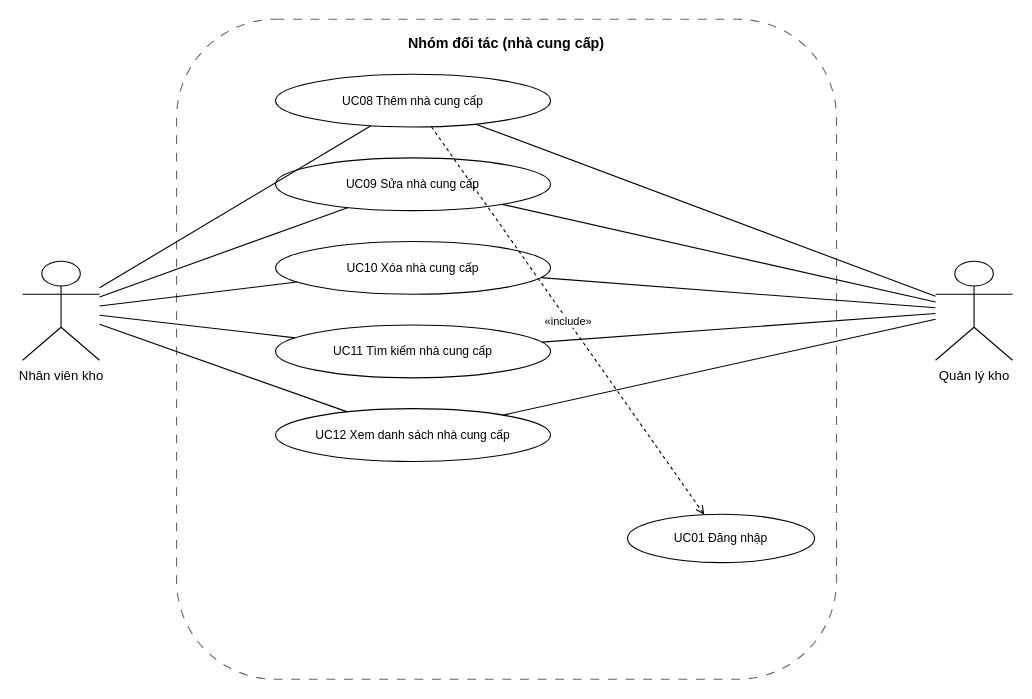
Earlier version of the draw.io diagram diagram/drawio/3.3_usecase_ncc.drawio (quangminh1212/Phan-tich-va-thiet-ke-he-thong). Source tidied: cells renumbered, new cells numbered last; positions are measured from the earlier drawing's top-left corner, leaving out a move shared by most shapes. Both pictures are drawn from the tidied source at 110%, with x=0, y=0 at pixel (22, 19).
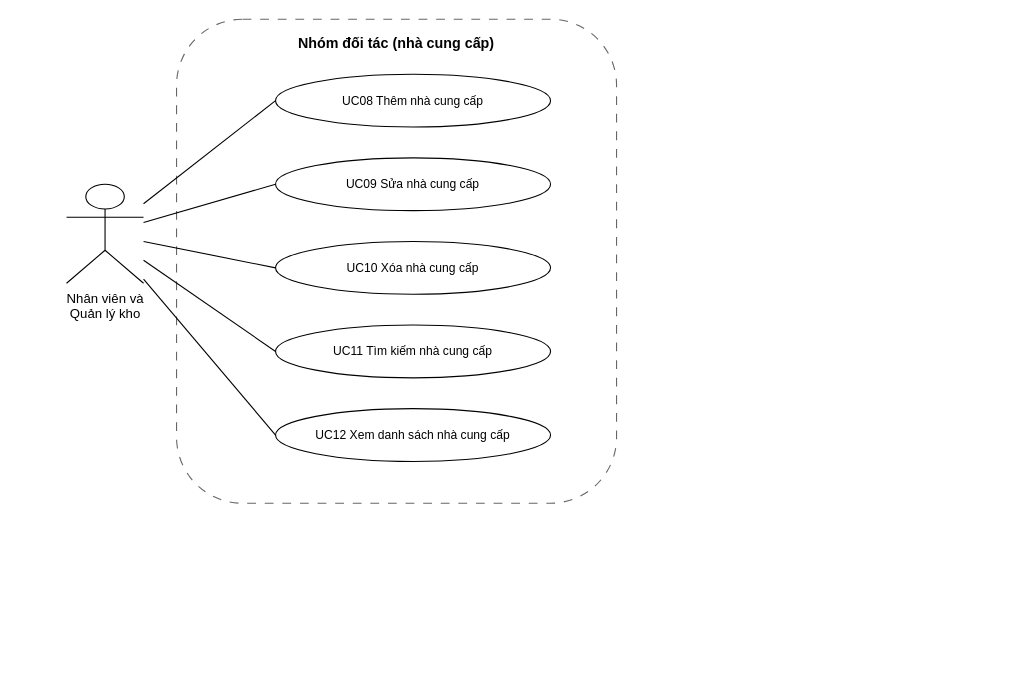
Above is the later version.

Unchanged cells that the change refers to:
```xml
<mxCell id="3" value="UC08 Thêm nhà cung cấp" style="ellipse;whiteSpace=wrap;html=1;fillColor=#FFFFFF;strokeColor=#000000;fontSize=11;align=center;" parent="1" vertex="1">
  <mxGeometry x="230" y="50" width="250" height="48" as="geometry" />
</mxCell>
<mxCell id="4" value="UC09 Sửa nhà cung cấp" style="ellipse;whiteSpace=wrap;html=1;fillColor=#FFFFFF;strokeColor=#000000;fontSize=11;align=center;" parent="1" vertex="1">
  <mxGeometry x="230" y="126" width="250" height="48" as="geometry" />
</mxCell>
<mxCell id="5" value="UC10 Xóa nhà cung cấp" style="ellipse;whiteSpace=wrap;html=1;fillColor=#FFFFFF;strokeColor=#000000;fontSize=11;align=center;" parent="1" vertex="1">
  <mxGeometry x="230" y="202" width="250" height="48" as="geometry" />
</mxCell>
<mxCell id="6" value="UC11 Tìm kiếm nhà cung cấp" style="ellipse;whiteSpace=wrap;html=1;fillColor=#FFFFFF;strokeColor=#000000;fontSize=11;align=center;" parent="1" vertex="1">
  <mxGeometry x="230" y="278" width="250" height="48" as="geometry" />
</mxCell>
<mxCell id="7" value="UC12 Xem danh sách nhà cung cấp" style="ellipse;whiteSpace=wrap;html=1;fillColor=#FFFFFF;strokeColor=#000000;fontSize=11;align=center;" parent="1" vertex="1">
  <mxGeometry x="230" y="354" width="250" height="48" as="geometry" />
</mxCell>
```

What changed in the source:
```diff
@@
     <mxCell id="2" value="Nhóm đối tác (nhà cung cấp)" style="rounded=1;whiteSpace=wrap;html=1;dashed=1;dashPattern=8 8;fillColor=none;strokeColor=#666666;verticalAlign=top;fontStyle=1;fontSize=13;align=center;spacingTop=8;" parent="1" vertex="1">
-      <mxGeometry x="140" width="600" height="600" as="geometry" />
+      <mxGeometry x="140" width="400" height="440" as="geometry" />
     </mxCell>
@@
-    <mxCell id="8" value="UC01 Đăng nhập" style="ellipse;whiteSpace=wrap;html=1;fillColor=#FFFFFF;strokeColor=#000000;fontSize=11;align=center;" parent="1" vertex="1">
-      <mxGeometry x="550" y="450" width="170" height="44" as="geometry" />
-    </mxCell>
-    <mxCell id="9" value="Nhân viên kho" style="shape=umlActor;verticalLabelPosition=bottom;verticalAlign=top;html=1;outlineConnect=0;fillColor=#FFFFFF;strokeColor=#000000;" parent="1" vertex="1">
-      <mxGeometry y="220" width="70" height="90" as="geometry" />
+    <mxCell id="9" value="Nhân viên và &lt;br&gt;Quản lý kho" style="shape=umlActor;verticalLabelPosition=bottom;verticalAlign=top;html=1;outlineConnect=0;fillColor=#FFFFFF;strokeColor=#000000;" parent="1" vertex="1">
+      <mxGeometry x="40" y="150" width="70" height="90" as="geometry" />
     </mxCell>
-    <mxCell id="10" value="Quản lý kho" style="shape=umlActor;verticalLabelPosition=bottom;verticalAlign=top;html=1;outlineConnect=0;fillColor=#FFFFFF;strokeColor=#000000;" parent="1" vertex="1">
-      <mxGeometry x="830" y="220" width="70" height="90" as="geometry" />
-    </mxCell>
-    <mxCell id="11" style="endArrow=none;html=1;rounded=0;strokeColor=#000000;" parent="1" edge="1" source="9" target="3">
+    <mxCell id="11" style="endArrow=none;html=1;rounded=0;strokeColor=#000000;entryX=0;entryY=0.5;entryDx=0;entryDy=0;" parent="1" edge="1" source="9" target="3">
       <mxGeometry relative="1" as="geometry" />
     </mxCell>
-    <mxCell id="12" style="endArrow=none;html=1;rounded=0;strokeColor=#000000;" parent="1" edge="1" source="10" target="3">
-      <mxGeometry relative="1" as="geometry" />
-    </mxCell>
-    <mxCell id="13" style="endArrow=none;html=1;rounded=0;strokeColor=#000000;" parent="1" edge="1" source="9" target="4">
+    <mxCell id="13" style="endArrow=none;html=1;rounded=0;strokeColor=#000000;entryX=0;entryY=0.5;entryDx=0;entryDy=0;" parent="1" edge="1" source="9" target="4">
       <mxGeometry relative="1" as="geometry" />
     </mxCell>
-    <mxCell id="14" style="endArrow=none;html=1;rounded=0;strokeColor=#000000;" parent="1" edge="1" source="10" target="4">
-      <mxGeometry relative="1" as="geometry" />
-    </mxCell>
-    <mxCell id="15" style="endArrow=none;html=1;rounded=0;strokeColor=#000000;" parent="1" edge="1" source="9" target="5">
+    <mxCell id="15" style="endArrow=none;html=1;rounded=0;strokeColor=#000000;entryX=0;entryY=0.5;entryDx=0;entryDy=0;" parent="1" edge="1" source="9" target="5">
       <mxGeometry relative="1" as="geometry" />
     </mxCell>
-    <mxCell id="16" style="endArrow=none;html=1;rounded=0;strokeColor=#000000;" parent="1" edge="1" source="10" target="5">
-      <mxGeometry relative="1" as="geometry" />
-    </mxCell>
-    <mxCell id="17" style="endArrow=none;html=1;rounded=0;strokeColor=#000000;" parent="1" edge="1" source="9" target="6">
+    <mxCell id="17" style="endArrow=none;html=1;rounded=0;strokeColor=#000000;entryX=0;entryY=0.5;entryDx=0;entryDy=0;" parent="1" edge="1" source="9" target="6">
       <mxGeometry relative="1" as="geometry" />
     </mxCell>
-    <mxCell id="18" style="endArrow=none;html=1;rounded=0;strokeColor=#000000;" parent="1" edge="1" source="10" target="6">
-      <mxGeometry relative="1" as="geometry" />
-    </mxCell>
-    <mxCell id="19" style="endArrow=none;html=1;rounded=0;strokeColor=#000000;" parent="1" edge="1" source="9" target="7">
+    <mxCell id="19" style="endArrow=none;html=1;rounded=0;strokeColor=#000000;entryX=0;entryY=0.5;entryDx=0;entryDy=0;" parent="1" edge="1" source="9" target="7">
       <mxGeometry relative="1" as="geometry" />
     </mxCell>
-    <mxCell id="20" style="endArrow=none;html=1;rounded=0;strokeColor=#000000;" parent="1" edge="1" source="10" target="7">
-      <mxGeometry relative="1" as="geometry" />
-    </mxCell>
-    <mxCell id="21" value="«include»" style="endArrow=open;html=1;rounded=0;dashed=1;endFill=0;strokeColor=#000000;fontSize=10;" parent="1" edge="1" source="3" target="8">
-      <mxGeometry relative="1" as="geometry" />
-    </mxCell>
```
